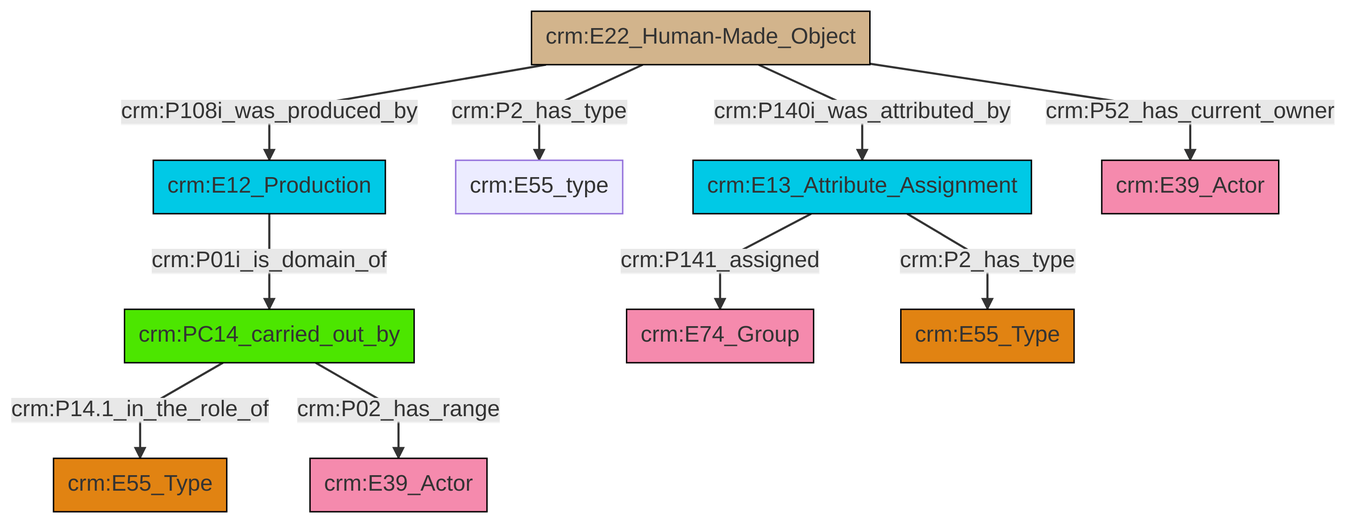
The Mermaid diagram et/builtWorkCSV/ttl/mmd/png/Built_Work_actor_relations.png in swiss-art-research-net/docs.swissartresearch, before a commit. Its source is kept beside it as et/builtWorkCSV/ttl/mmd/Built_Work_actor_relations.ttl.mmd.
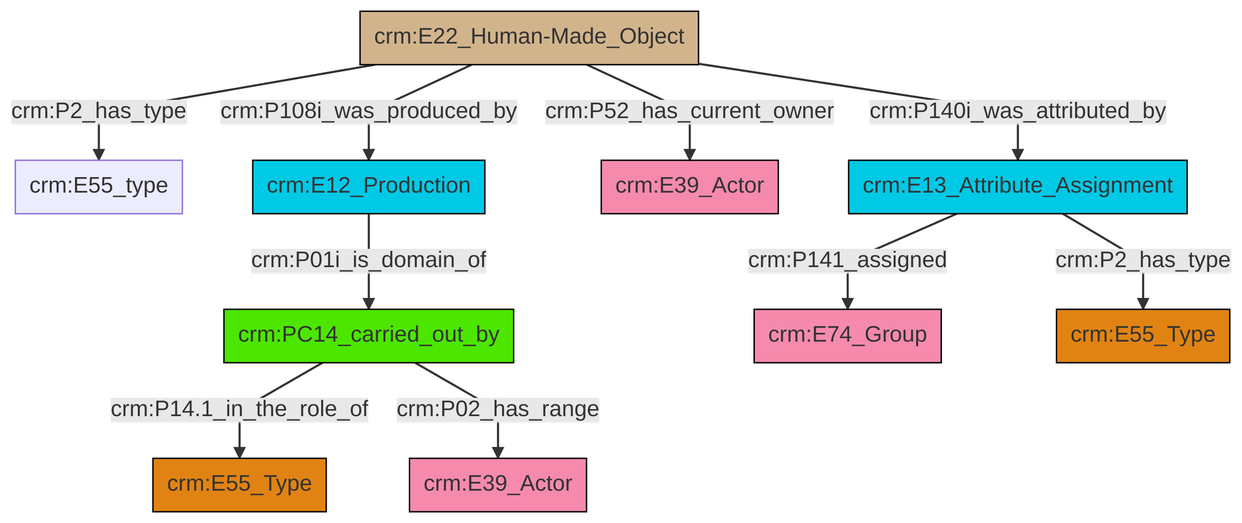
The same diagram one commit later.

What changed in the source:
```diff
@@ -13,12 +13,12 @@
 classDef PC_Classes fill:#4ce600, stroke:#000000;
 classDef Multi fill:#cccccc,stroke:#000000;
 
-8["crm:E13_Attribute_Assignment"]:::Temporal_Entity -->|crm:P141_assigned| 9["crm:E74_Group"]:::Actor
-6["crm:E22_Human-Made_Object"]:::Physical_Thing -->|crm:P2_has_type| 4["crm:E55_type"]:::Default
-0["crm:PC14_carried_out_by"]:::PC_Classes -->|crm:P14.1_in_the_role_of| 10["crm:E55_Type"]:::Type
-6["crm:E22_Human-Made_Object"]:::Physical_Thing -->|crm:P52_has_current_owner| 14["crm:E39_Actor"]:::Actor
-8["crm:E13_Attribute_Assignment"]:::Temporal_Entity -->|crm:P2_has_type| 11["crm:E55_Type"]:::Type
-2["crm:E12_Production"]:::Temporal_Entity -->|crm:P01i_is_domain_of| 0["crm:PC14_carried_out_by"]:::PC_Classes
-6["crm:E22_Human-Made_Object"]:::Physical_Thing -->|crm:P108i_was_produced_by| 2["crm:E12_Production"]:::Temporal_Entity
-0["crm:PC14_carried_out_by"]:::PC_Classes -->|crm:P02_has_range| 17["crm:E39_Actor"]:::Actor
-6["crm:E22_Human-Made_Object"]:::Physical_Thing -->|crm:P140i_was_attributed_by| 8["crm:E13_Attribute_Assignment"]:::Temporal_Entity
+2["crm:E22_Human-Made_Object"]:::Physical_Thing -->|crm:P140i_was_attributed_by| 3["crm:E13_Attribute_Assignment"]:::Temporal_Entity
+4["crm:PC14_carried_out_by"]:::PC_Classes -->|crm:P14.1_in_the_role_of| 5["crm:E55_Type"]:::Type
+2["crm:E22_Human-Made_Object"]:::Physical_Thing -->|crm:P52_has_current_owner| 8["crm:E39_Actor"]:::Actor
+9["crm:E12_Production"]:::Temporal_Entity -->|crm:P01i_is_domain_of| 4["crm:PC14_carried_out_by"]:::PC_Classes
+4["crm:PC14_carried_out_by"]:::PC_Classes -->|crm:P02_has_range| 10["crm:E39_Actor"]:::Actor
+2["crm:E22_Human-Made_Object"]:::Physical_Thing -->|crm:P108i_was_produced_by| 9["crm:E12_Production"]:::Temporal_Entity
+2["crm:E22_Human-Made_Object"]:::Physical_Thing -->|crm:P2_has_type| 0["crm:E55_type"]:::Default
+3["crm:E13_Attribute_Assignment"]:::Temporal_Entity -->|crm:P141_assigned| 6["crm:E74_Group"]:::Actor
+3["crm:E13_Attribute_Assignment"]:::Temporal_Entity -->|crm:P2_has_type| 16["crm:E55_Type"]:::Type
```
